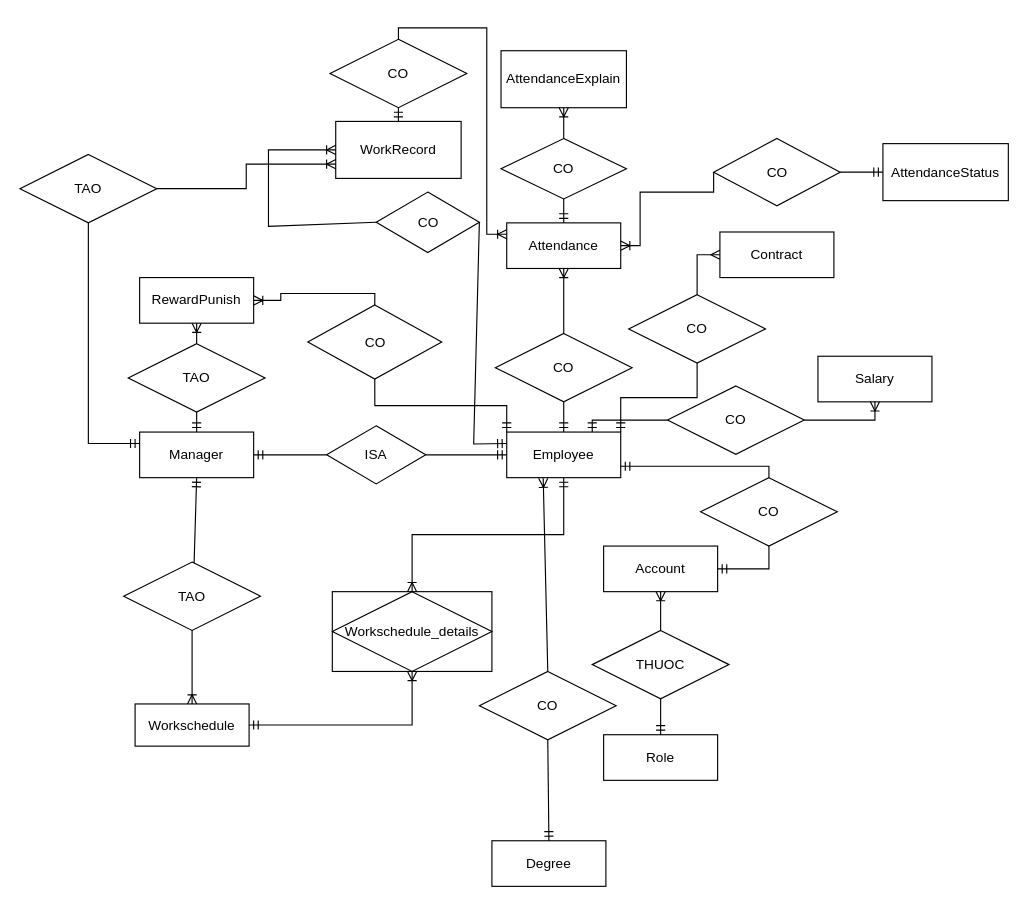
Before: page "Trang-3" (3 of 5) of tttn.drawio in VanTruongPTITHCM2002/DoAnJava, a draw.io diagram. Source tidied: cells renumbered, new cells numbered last; positions are measured from the earlier drawing's top-left corner, leaving out a move shared by most shapes. Both pictures are drawn from the tidied source at 114%, with x=0, y=0 at pixel (19, 39).
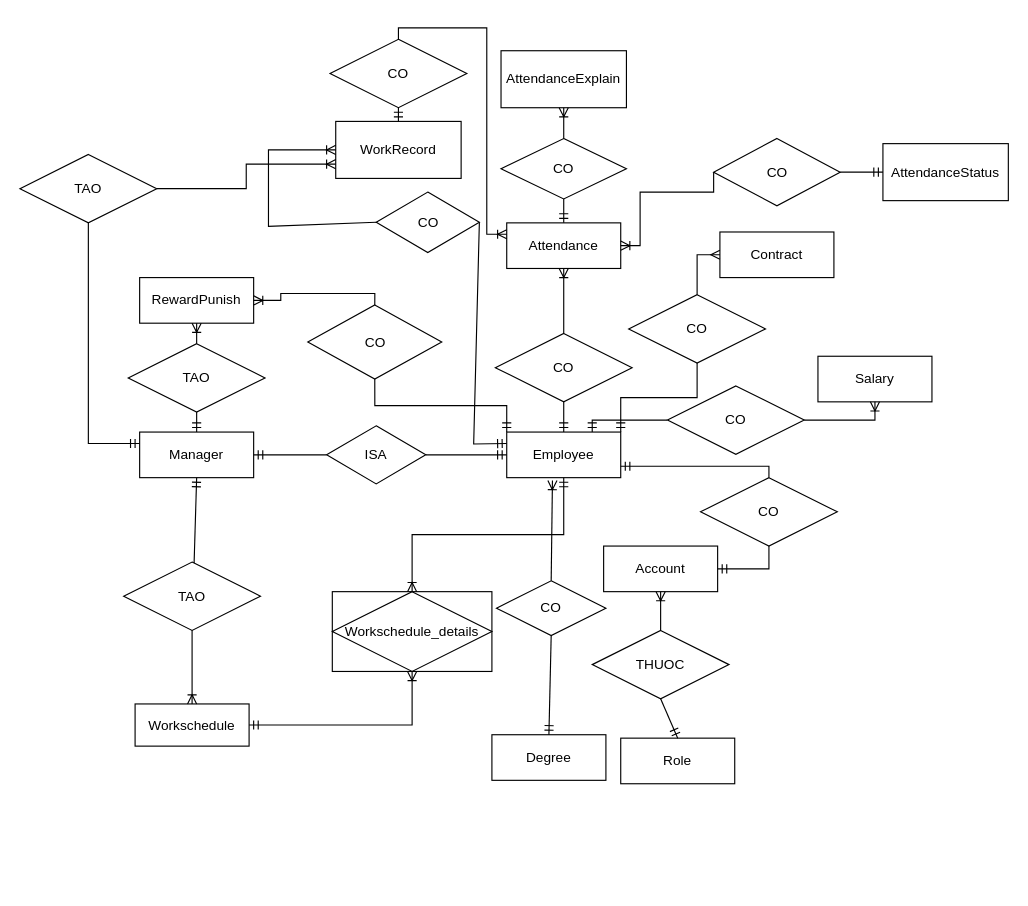
The same diagram, later.

Unchanged cells that the change refers to:
```xml
<mxCell id="2" value="Employee" style="whiteSpace=wrap;html=1;align=center;" parent="1" vertex="1">
  <mxGeometry x="427" y="344.5" width="100" height="40" as="geometry" />
</mxCell>
```

The edit, as a diff of the source:
```diff
@@
     <mxCell id="8" value="Role" style="whiteSpace=wrap;html=1;align=center;" parent="1" vertex="1">
-      <mxGeometry x="512" y="610" width="100" height="40" as="geometry" />
+      <mxGeometry x="527" y="613" width="100" height="40" as="geometry" />
     </mxCell>
@@
     <mxCell id="38" value="Degree" style="whiteSpace=wrap;html=1;align=center;" parent="1" vertex="1">
-      <mxGeometry x="414" y="703" width="100" height="40" as="geometry" />
+      <mxGeometry x="414" y="610" width="100" height="40" as="geometry" />
     </mxCell>
     <mxCell id="39" value="CO" style="shape=rhombus;perimeter=rhombusPerimeter;whiteSpace=wrap;html=1;align=center;" parent="1" vertex="1">
-      <mxGeometry x="403" y="554.5" width="120" height="60" as="geometry" />
+      <mxGeometry x="418" y="475" width="96" height="48" as="geometry" />
     </mxCell>
@@
-    <mxCell id="41" style="fontSize=12;html=1;endArrow=ERoneToMany;rounded=0;exitX=0.5;exitY=0;exitDx=0;exitDy=0;entryX=0.32;entryY=1.013;entryDx=0;entryDy=0;entryPerimeter=0;" parent="1" edge="1" source="39" target="2">
+    <mxCell id="41" style="fontSize=12;html=1;endArrow=ERoneToMany;rounded=0;exitX=0.5;exitY=0;exitDx=0;exitDy=0;entryX=0.401;entryY=1.063;entryDx=0;entryDy=0;entryPerimeter=0;" parent="1" edge="1" source="39" target="2">
       <mxGeometry relative="1" as="geometry" />
     </mxCell>
```
